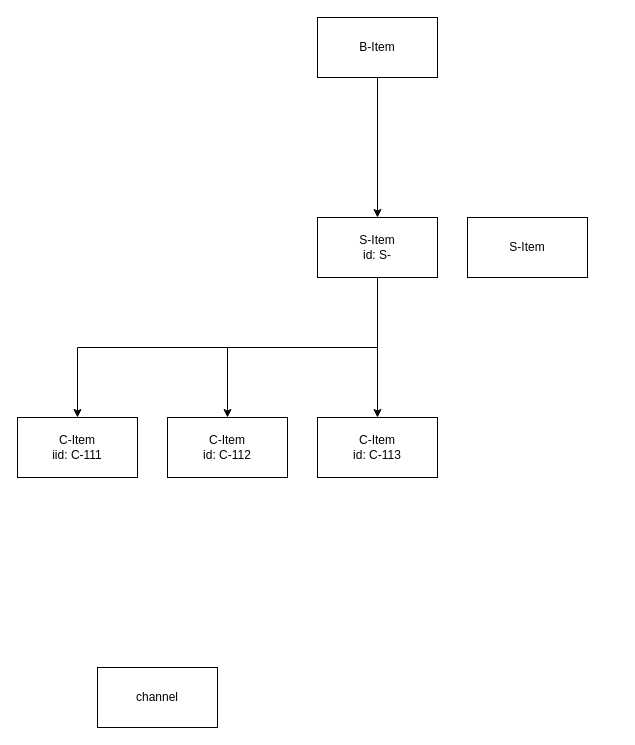
Above: Standard Item.drawio in catface996/images (draw.io), before the change. Source tidied: cells renumbered, new cells numbered last; positions are measured from the earlier drawing's top-left corner, leaving out a move shared by most shapes. Both pictures are drawn from the tidied source at 100%, with x=0, y=0 at pixel (17, 17).
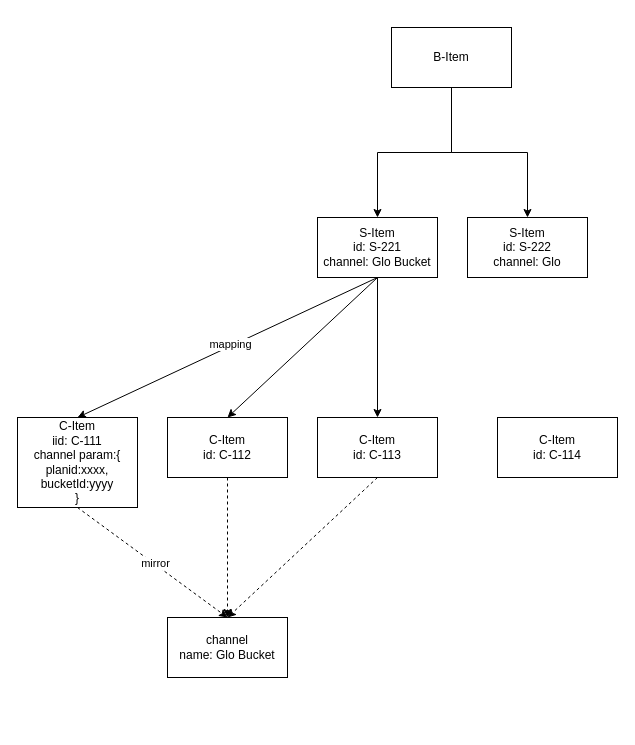
The same diagram, later.

Unchanged cells that the change refers to:
```xml
<mxCell id="10" value="C-Item&lt;br&gt;id: C-112" style="rounded=0;whiteSpace=wrap;html=1;" parent="1" vertex="1">
  <mxGeometry x="150" y="400" width="120" height="60" as="geometry" />
</mxCell>
<mxCell id="11" value="C-Item&lt;br&gt;id: C-113" style="rounded=0;whiteSpace=wrap;html=1;" parent="1" vertex="1">
  <mxGeometry x="300" y="400" width="120" height="60" as="geometry" />
</mxCell>
```

The edit, as a diff of the source:
```diff
@@
+    <mxCell id="13" style="edgeStyle=orthogonalEdgeStyle;rounded=0;jettySize=auto;html=1;entryX=0.5;entryY=0;entryDx=0;entryDy=0;exitX=0.5;exitY=1;exitDx=0;exitDy=0;" parent="1" edge="1" source="3" target="12">
+      <mxGeometry relative="1" as="geometry" />
+    </mxCell>
     <mxCell id="3" value="B-Item" style="rounded=0;whiteSpace=wrap;html=1;" parent="1" vertex="1">
-      <mxGeometry x="300" width="120" height="60" as="geometry" />
+      <mxGeometry x="374" y="10" width="120" height="60" as="geometry" />
     </mxCell>
-    <mxCell id="4" style="edgeStyle=orthogonalEdgeStyle;rounded=0;jettySize=auto;html=1;entryX=0.5;entryY=0;entryDx=0;entryDy=0;exitX=0.5;exitY=1;exitDx=0;exitDy=0;" parent="1" edge="1" source="7" target="8">
+    <mxCell id="4" style="rounded=0;jettySize=auto;html=1;entryX=0.5;entryY=0;entryDx=0;entryDy=0;exitX=0.5;exitY=1;exitDx=0;exitDy=0;" parent="1" edge="1" source="7" target="8">
       <mxGeometry relative="1" as="geometry" />
     </mxCell>
+    <mxCell id="14" value="mapping" style="edgeLabel;html=1;align=center;verticalAlign=middle;" parent="4" vertex="1">
+      <mxGeometry x="-0.02" y="-1" relative="1" as="geometry">
+        <mxPoint y="-1" as="offset" />
+      </mxGeometry>
+    </mxCell>
-    <mxCell id="5" style="edgeStyle=orthogonalEdgeStyle;rounded=0;jettySize=auto;html=1;entryX=0.5;entryY=0;entryDx=0;entryDy=0;exitX=0.5;exitY=1;exitDx=0;exitDy=0;" parent="1" edge="1" source="7" target="10">
+    <mxCell id="5" style="rounded=0;jettySize=auto;html=1;entryX=0.5;entryY=0;entryDx=0;entryDy=0;exitX=0.5;exitY=1;exitDx=0;exitDy=0;" parent="1" edge="1" source="7" target="10">
       <mxGeometry relative="1" as="geometry" />
     </mxCell>
-    <mxCell id="6" style="edgeStyle=orthogonalEdgeStyle;rounded=0;jettySize=auto;html=1;entryX=0.5;entryY=0;entryDx=0;entryDy=0;" parent="1" edge="1" source="7" target="11">
+    <mxCell id="6" style="rounded=0;jettySize=auto;html=1;entryX=0.5;entryY=0;entryDx=0;entryDy=0;" parent="1" edge="1" source="7" target="11">
       <mxGeometry relative="1" as="geometry" />
     </mxCell>
-    <mxCell id="7" value="S-Item&lt;br&gt;id: S-" style="rounded=0;whiteSpace=wrap;html=1;" parent="1" vertex="1">
+    <mxCell id="7" value="S-Item&lt;br&gt;id: S-221&lt;br&gt;channel: Glo Bucket" style="rounded=0;whiteSpace=wrap;html=1;" parent="1" vertex="1">
       <mxGeometry x="300" y="200" width="120" height="60" as="geometry" />
     </mxCell>
+    <mxCell id="15" style="rounded=0;jettySize=auto;html=1;entryX=0.5;entryY=0;entryDx=0;entryDy=0;exitX=0.5;exitY=1;exitDx=0;exitDy=0;dashed=1;" parent="1" edge="1" source="8" target="9">
+      <mxGeometry relative="1" as="geometry" />
+    </mxCell>
+    <mxCell id="16" value="mirror" style="edgeLabel;html=1;align=center;verticalAlign=middle;" parent="15" vertex="1">
+      <mxGeometry x="0.02" y="1" relative="1" as="geometry" />
+    </mxCell>
-    <mxCell id="8" value="C-Item&lt;br&gt;iid: C-111" style="rounded=0;whiteSpace=wrap;html=1;" parent="1" vertex="1">
-      <mxGeometry y="400" width="120" height="60" as="geometry" />
+    <mxCell id="8" value="C-Item&lt;br&gt;iid: C-111&lt;br&gt;channel param:{&lt;br&gt;planid:xxxx,&lt;br&gt;bucketId:yyyy&lt;br&gt;}" style="rounded=0;whiteSpace=wrap;html=1;" parent="1" vertex="1">
+      <mxGeometry y="400" width="120" height="90" as="geometry" />
     </mxCell>
-    <mxCell id="9" value="channel" style="rounded=0;whiteSpace=wrap;html=1;" parent="1" vertex="1">
-      <mxGeometry x="80" y="650" width="120" height="60" as="geometry" />
+    <mxCell id="9" value="channel&lt;br&gt;name: Glo Bucket" style="rounded=0;whiteSpace=wrap;html=1;" parent="1" vertex="1">
+      <mxGeometry x="150" y="600" width="120" height="60" as="geometry" />
     </mxCell>
+    <mxCell id="17" style="rounded=0;jettySize=auto;html=1;entryX=0.5;entryY=0;entryDx=0;entryDy=0;dashed=1;" parent="1" edge="1" source="10" target="9">
+      <mxGeometry relative="1" as="geometry" />
+    </mxCell>
@@
+    <mxCell id="18" style="rounded=0;jettySize=auto;html=1;entryX=0.5;entryY=0;entryDx=0;entryDy=0;exitX=0.5;exitY=1;exitDx=0;exitDy=0;dashed=1;" parent="1" edge="1" source="11" target="9">
+      <mxGeometry relative="1" as="geometry" />
+    </mxCell>
@@
-    <mxCell id="12" value="S-Item" style="rounded=0;whiteSpace=wrap;html=1;" parent="1" vertex="1">
+    <mxCell id="12" value="S-Item&lt;br&gt;id: S-222&lt;br&gt;channel: Glo" style="rounded=0;whiteSpace=wrap;html=1;" parent="1" vertex="1">
       <mxGeometry x="450" y="200" width="120" height="60" as="geometry" />
     </mxCell>
+    <mxCell id="19" value="C-Item&lt;br&gt;id: C-114" style="rounded=0;whiteSpace=wrap;html=1;" parent="1" vertex="1">
+      <mxGeometry x="480" y="400" width="120" height="60" as="geometry" />
+    </mxCell>
```
